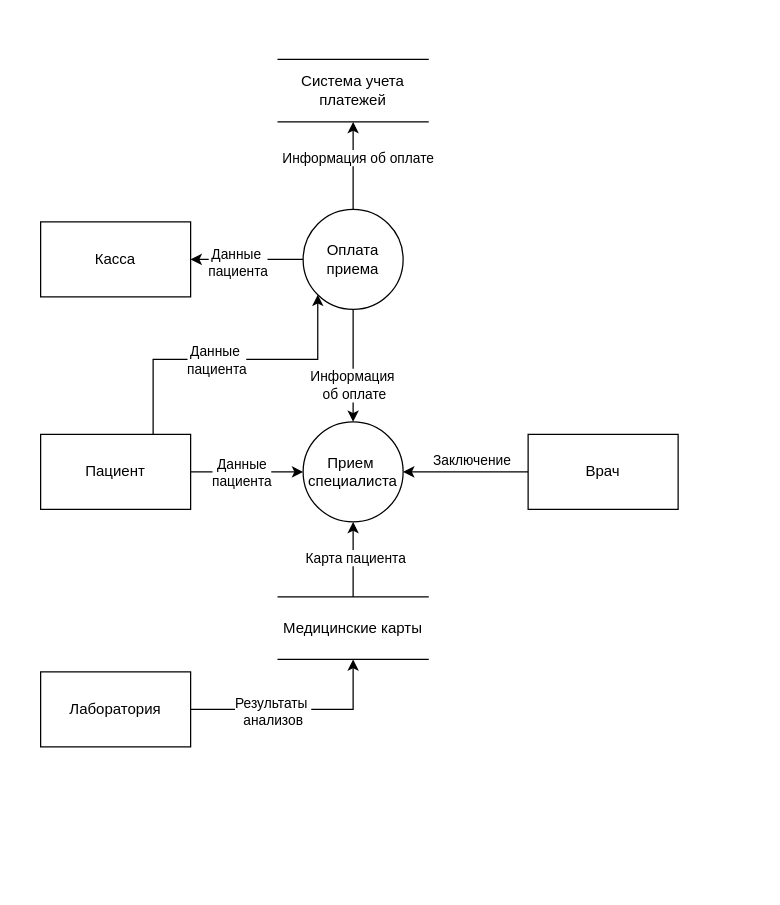
mikhel1984/architecture-medikamente keeps this draw.io diagram as Task1/dfd-visit.drawio. Above is the earlier version. Source tidied: cells renumbered, new cells numbered last; positions are measured from the earlier drawing's top-left corner, leaving out a move shared by most shapes. Both pictures are drawn from the tidied source at 125%, with x=0, y=0 at pixel (40, 59).
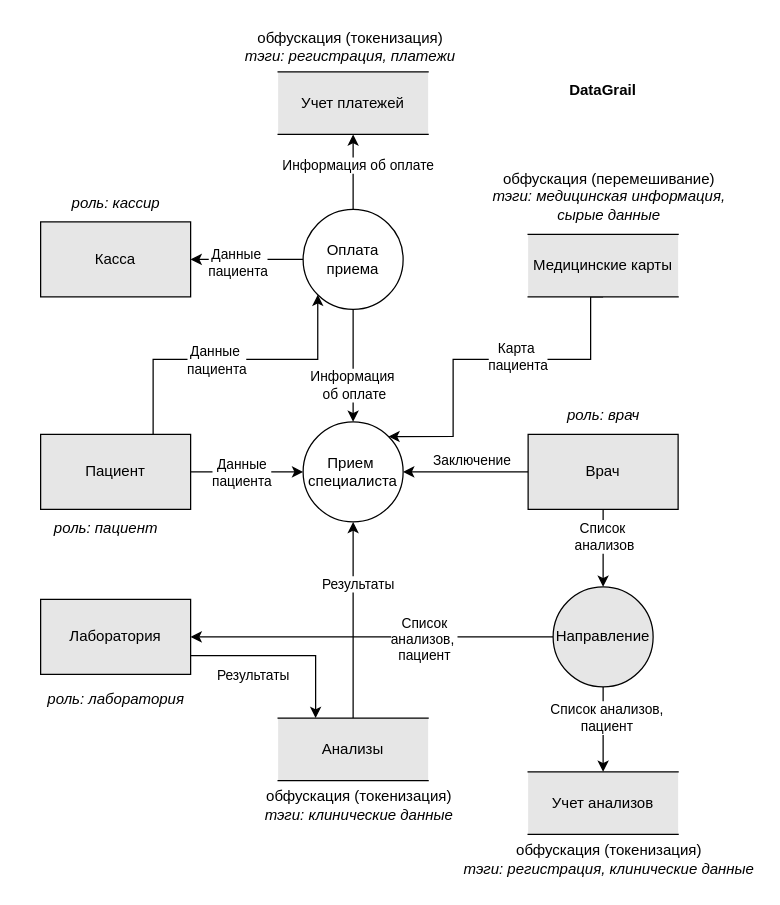
The same diagram, later.

The change refers to these unchanged cells:
```xml
<mxCell id="13" value="Прием&amp;nbsp;&lt;div&gt;специалиста&lt;/div&gt;" style="ellipse;whiteSpace=wrap;html=1;" parent="1" vertex="1">
  <mxGeometry x="210" y="290" width="80" height="80" as="geometry" />
</mxCell>
```

Change to the diagram source:
```diff
@@
-    <mxCell id="6" value="Пациент" style="rounded=0;whiteSpace=wrap;html=1;" parent="1" vertex="1">
+    <mxCell id="6" value="Пациент" style="rounded=0;whiteSpace=wrap;html=1;fillColor=#E6E6E6;" parent="1" vertex="1">
       <mxGeometry y="300" width="120" height="60" as="geometry" />
     </mxCell>
@@
+    <mxCell id="26" style="edgeStyle=orthogonalEdgeStyle;rounded=0;jettySize=auto;html=1;exitX=0.5;exitY=1;exitDx=0;exitDy=0;entryX=0.5;entryY=0;entryDx=0;entryDy=0;" parent="1" edge="1" source="9" target="37">
+      <mxGeometry relative="1" as="geometry" />
+    </mxCell>
+    <mxCell id="27" value="Список&amp;nbsp;&lt;div&gt;анализов&lt;/div&gt;" style="edgeLabel;html=1;align=center;verticalAlign=middle;" parent="26" vertex="1">
+      <mxGeometry x="-0.31" y="1" relative="1" as="geometry">
+        <mxPoint x="-1" as="offset" />
+      </mxGeometry>
+    </mxCell>
-    <mxCell id="9" value="Врач" style="rounded=0;whiteSpace=wrap;html=1;" parent="1" vertex="1">
+    <mxCell id="9" value="Врач" style="rounded=0;whiteSpace=wrap;html=1;fillColor=#E6E6E6;" parent="1" vertex="1">
       <mxGeometry x="390" y="300" width="120" height="60" as="geometry" />
     </mxCell>
-    <mxCell id="10" style="edgeStyle=orthogonalEdgeStyle;rounded=0;jettySize=auto;html=1;exitX=1;exitY=0.5;exitDx=0;exitDy=0;" parent="1" edge="1" source="12" target="16">
-      <mxGeometry relative="1" as="geometry" />
-    </mxCell>
-    <mxCell id="11" value="Результаты&amp;nbsp;&lt;div&gt;анализов&lt;/div&gt;" style="edgeLabel;html=1;align=center;verticalAlign=middle;" parent="10" vertex="1">
-      <mxGeometry x="-0.24" y="-1" relative="1" as="geometry" />
-    </mxCell>
+    <mxCell id="28" style="edgeStyle=orthogonalEdgeStyle;rounded=0;jettySize=auto;html=1;exitX=1;exitY=0.75;exitDx=0;exitDy=0;entryX=0.25;entryY=0;entryDx=0;entryDy=0;" parent="1" edge="1" source="12" target="32">
+      <mxGeometry relative="1" as="geometry" />
+    </mxCell>
+    <mxCell id="29" value="Результаты" style="edgeLabel;html=1;align=center;verticalAlign=middle;" parent="28" vertex="1">
+      <mxGeometry x="-0.5" y="-2" relative="1" as="geometry">
+        <mxPoint x="11" y="13" as="offset" />
+      </mxGeometry>
+    </mxCell>
-    <mxCell id="12" value="Лаборатория" style="rounded=0;whiteSpace=wrap;html=1;" parent="1" vertex="1">
-      <mxGeometry y="490" width="120" height="60" as="geometry" />
+    <mxCell id="12" value="Лаборатория" style="rounded=0;whiteSpace=wrap;html=1;fillColor=#E6E6E6;" parent="1" vertex="1">
+      <mxGeometry y="432" width="120" height="60" as="geometry" />
     </mxCell>
@@
-    <mxCell id="14" style="edgeStyle=orthogonalEdgeStyle;rounded=0;jettySize=auto;html=1;exitX=0.5;exitY=0;exitDx=0;exitDy=0;entryX=0.5;entryY=1;entryDx=0;entryDy=0;" parent="1" edge="1" source="16" target="13">
-      <mxGeometry relative="1" as="geometry" />
+    <mxCell id="14" style="edgeStyle=orthogonalEdgeStyle;rounded=0;jettySize=auto;html=1;exitX=0.5;exitY=1;exitDx=0;exitDy=0;entryX=1;entryY=0;entryDx=0;entryDy=0;" parent="1" edge="1" source="16" target="13">
+      <mxGeometry relative="1" as="geometry">
+        <Array as="points">
+          <mxPoint x="440" y="240" />
+          <mxPoint x="330" y="240" />
+          <mxPoint x="330" y="302" />
+        </Array>
+      </mxGeometry>
     </mxCell>
-    <mxCell id="15" value="Карта пациента" style="edgeLabel;html=1;align=center;verticalAlign=middle;" parent="14" vertex="1">
-      <mxGeometry x="0.07" y="-1" relative="1" as="geometry" />
+    <mxCell id="15" value="Карта&amp;nbsp;&lt;div&gt;пациента&lt;/div&gt;" style="edgeLabel;html=1;align=center;verticalAlign=middle;" parent="14" vertex="1">
+      <mxGeometry x="-0.16" y="-3" relative="1" as="geometry" />
     </mxCell>
-    <mxCell id="16" value="Медицинские карты" style="shape=partialRectangle;whiteSpace=wrap;html=1;left=0;right=0;fillColor=none;" parent="1" vertex="1">
-      <mxGeometry x="190" y="430" width="120" height="50" as="geometry" />
+    <mxCell id="16" value="Медицинские карты" style="shape=partialRectangle;whiteSpace=wrap;html=1;left=0;right=0;fillColor=#E6E6E6;" parent="1" vertex="1">
+      <mxGeometry x="390" y="140" width="120" height="50" as="geometry" />
     </mxCell>
-    <mxCell id="17" value="Касса" style="rounded=0;whiteSpace=wrap;html=1;" parent="1" vertex="1">
+    <mxCell id="17" value="Касса" style="rounded=0;whiteSpace=wrap;html=1;fillColor=#E6E6E6;" parent="1" vertex="1">
       <mxGeometry y="130" width="120" height="60" as="geometry" />
     </mxCell>
@@
-    <mxCell id="25" value="Система учета платежей" style="shape=partialRectangle;whiteSpace=wrap;html=1;left=0;right=0;fillColor=none;" parent="1" vertex="1">
-      <mxGeometry x="190" width="120" height="50" as="geometry" />
+    <mxCell id="25" value="Учет платежей" style="shape=partialRectangle;whiteSpace=wrap;html=1;left=0;right=0;fillColor=#E6E6E6;" parent="1" vertex="1">
+      <mxGeometry x="190" y="10" width="120" height="50" as="geometry" />
     </mxCell>
+    <mxCell id="30" style="edgeStyle=orthogonalEdgeStyle;rounded=0;jettySize=auto;html=1;exitX=0.5;exitY=0;exitDx=0;exitDy=0;entryX=0.5;entryY=1;entryDx=0;entryDy=0;" parent="1" edge="1" source="32" target="13">
+      <mxGeometry relative="1" as="geometry" />
+    </mxCell>
+    <mxCell id="31" value="Результаты" style="edgeLabel;html=1;align=center;verticalAlign=middle;" parent="30" vertex="1">
+      <mxGeometry x="0.38" y="-3" relative="1" as="geometry" />
+    </mxCell>
+    <mxCell id="32" value="Анализы" style="shape=partialRectangle;whiteSpace=wrap;html=1;left=0;right=0;fillColor=#E6E6E6;" parent="1" vertex="1">
+      <mxGeometry x="190" y="527" width="120" height="50" as="geometry" />
+    </mxCell>
+    <mxCell id="33" style="edgeStyle=orthogonalEdgeStyle;rounded=0;jettySize=auto;html=1;exitX=0;exitY=0.5;exitDx=0;exitDy=0;entryX=1;entryY=0.5;entryDx=0;entryDy=0;" parent="1" edge="1" source="37" target="12">
+      <mxGeometry relative="1" as="geometry" />
+    </mxCell>
+    <mxCell id="34" value="Список&lt;div&gt;анализов,&amp;nbsp;&lt;/div&gt;&lt;div&gt;пациент&lt;/div&gt;" style="edgeLabel;html=1;align=center;verticalAlign=middle;" parent="33" vertex="1">
+      <mxGeometry x="-0.28" y="1" relative="1" as="geometry" />
+    </mxCell>
+    <mxCell id="35" style="edgeStyle=orthogonalEdgeStyle;rounded=0;jettySize=auto;html=1;exitX=0.5;exitY=1;exitDx=0;exitDy=0;" parent="1" edge="1" source="37" target="38">
+      <mxGeometry relative="1" as="geometry" />
+    </mxCell>
+    <mxCell id="36" value="Список анализов,&lt;div&gt;пациент&lt;/div&gt;" style="edgeLabel;html=1;align=center;verticalAlign=middle;" parent="35" vertex="1">
+      <mxGeometry x="-0.29" y="2" relative="1" as="geometry" />
+    </mxCell>
+    <mxCell id="37" value="Направление" style="ellipse;whiteSpace=wrap;html=1;fillColor=#E6E6E6;" parent="1" vertex="1">
+      <mxGeometry x="410" y="422" width="80" height="80" as="geometry" />
+    </mxCell>
+    <mxCell id="38" value="Учет анализов" style="shape=partialRectangle;whiteSpace=wrap;html=1;left=0;right=0;fillColor=#E6E6E6;" parent="1" vertex="1">
+      <mxGeometry x="390" y="570" width="120" height="50" as="geometry" />
+    </mxCell>
+    <mxCell id="39" value="&lt;i&gt;роль: пациент&lt;/i&gt;" style="text;html=1;whiteSpace=wrap;strokeColor=none;fillColor=none;align=center;verticalAlign=middle;rounded=0;" parent="1" vertex="1">
+      <mxGeometry x="-15" y="360" width="135" height="30" as="geometry" />
+    </mxCell>
+    <mxCell id="40" value="&lt;i&gt;роль: врач&lt;/i&gt;" style="text;html=1;whiteSpace=wrap;strokeColor=none;fillColor=none;align=center;verticalAlign=middle;rounded=0;" parent="1" vertex="1">
+      <mxGeometry x="382.5" y="270" width="135" height="30" as="geometry" />
+    </mxCell>
+    <mxCell id="41" value="&lt;i&gt;роль: лаборатория&lt;/i&gt;" style="text;html=1;whiteSpace=wrap;strokeColor=none;fillColor=none;align=center;verticalAlign=middle;rounded=0;" parent="1" vertex="1">
+      <mxGeometry x="-7.5" y="497" width="135" height="30" as="geometry" />
+    </mxCell>
+    <mxCell id="42" value="обфускация (перемешивание)&lt;div&gt;&lt;i&gt;тэги: медицинская информация, сырые данные&lt;/i&gt;&lt;/div&gt;" style="text;html=1;whiteSpace=wrap;strokeColor=none;fillColor=none;align=center;verticalAlign=middle;rounded=0;" parent="1" vertex="1">
+      <mxGeometry x="360" y="90" width="190" height="40" as="geometry" />
+    </mxCell>
+    <mxCell id="43" value="&lt;i&gt;роль: кассир&lt;/i&gt;" style="text;html=1;whiteSpace=wrap;strokeColor=none;fillColor=none;align=center;verticalAlign=middle;rounded=0;" parent="1" vertex="1">
+      <mxGeometry x="-7.5" y="100" width="135" height="30" as="geometry" />
+    </mxCell>
+    <mxCell id="44" value="обфускация (токенизация)&lt;div&gt;&lt;i&gt;тэги: клинические данные&lt;/i&gt;&lt;/div&gt;" style="text;html=1;whiteSpace=wrap;strokeColor=none;fillColor=none;align=center;verticalAlign=middle;rounded=0;" parent="1" vertex="1">
+      <mxGeometry x="160" y="577" width="190" height="40" as="geometry" />
+    </mxCell>
+    <mxCell id="45" value="обфускация (токенизация)&lt;div&gt;&lt;i&gt;тэги: регистрация, клинические данные&lt;/i&gt;&lt;/div&gt;" style="text;html=1;whiteSpace=wrap;strokeColor=none;fillColor=none;align=center;verticalAlign=middle;rounded=0;" parent="1" vertex="1">
+      <mxGeometry x="335" y="620" width="240" height="40" as="geometry" />
+    </mxCell>
+    <mxCell id="46" value="обфускация (токенизация)&lt;div&gt;&lt;i&gt;тэги: регистрация, платежи&lt;/i&gt;&lt;/div&gt;" style="text;html=1;whiteSpace=wrap;strokeColor=none;fillColor=none;align=center;verticalAlign=middle;rounded=0;" parent="1" vertex="1">
+      <mxGeometry x="127.5" y="-30" width="240" height="40" as="geometry" />
+    </mxCell>
+    <mxCell id="47" value="&lt;b&gt;DataGrail&lt;/b&gt;" style="text;html=1;whiteSpace=wrap;strokeColor=none;fillColor=none;align=center;verticalAlign=middle;rounded=0;" parent="1" vertex="1">
+      <mxGeometry x="420" y="10" width="60" height="30" as="geometry" />
+    </mxCell>
```
